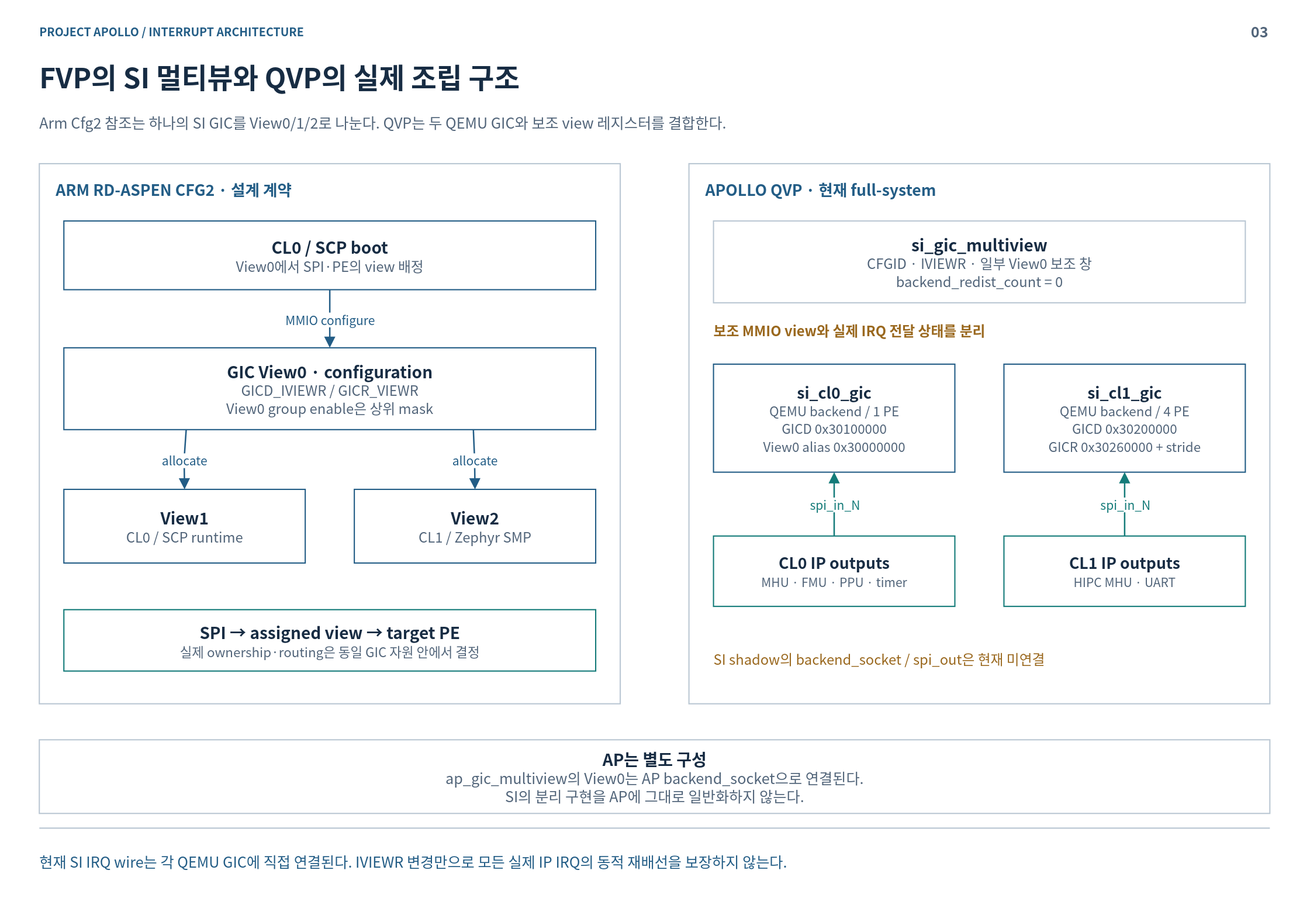
Earlier version of the draw.io export doc/phase1/interrupt/diagrams/03-multiview.drawio.svg (cometzero/project-apollo). Source tidied: cells renumbered, new cells last; positions are measured from the earlier drawing's top-left corner, leaving out a move shared by most shapes.
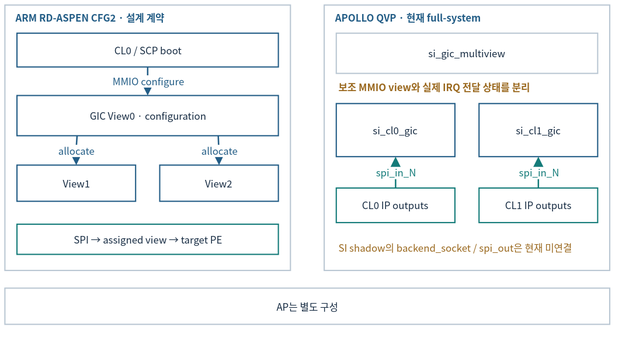
The same file after the commit.

Change to the diagram source:
```diff
@@ -2,103 +2,79 @@
   <root>
     <mxCell id="0" />
     <mxCell id="1" parent="0" />
-    <mxCell id="2" style="rounded=0;whiteSpace=wrap;html=1;fillColor=#FFFFFF;strokeColor=none;strokeWidth=1.5;fontColor=#172C43;fontFamily=Noto Sans CJK KR;fontSize=18;spacing=14;" parent="1" vertex="1">
-      <mxGeometry width="1600" height="1100" as="geometry" />
-    </mxCell>
-    <mxCell id="3" value="PROJECT APOLLO  /  INTERRUPT ARCHITECTURE" style="rounded=0;whiteSpace=wrap;html=1;fillColor=#FFFFFF;strokeColor=none;strokeWidth=1.5;fontColor=#172C43;fontFamily=Noto Sans CJK KR;fontSize=18;spacing=14;fillColor=none;align=left;verticalAlign=middle;spacing=0;fontSize=14;fontColor=#235D86;fontStyle=1;" parent="1" vertex="1">
-      <mxGeometry x="48" y="26" width="1400" height="24" as="geometry" />
-    </mxCell>
-    <mxCell id="4" value="03" style="rounded=0;whiteSpace=wrap;html=1;fillColor=#FFFFFF;strokeColor=none;strokeWidth=1.5;fontColor=#172C43;fontFamily=Noto Sans CJK KR;fontSize=18;spacing=14;fillColor=none;align=right;verticalAlign=middle;spacing=0;fontSize=18;fontColor=#52657A;fontStyle=1;" parent="1" vertex="1">
-      <mxGeometry x="1485" y="23" width="65" height="30" as="geometry" />
-    </mxCell>
-    <mxCell id="5" value="FVP의 SI 멀티뷰와 QVP의 실제 조립 구조" style="rounded=0;whiteSpace=wrap;html=1;fillColor=#FFFFFF;strokeColor=none;strokeWidth=1.5;fontColor=#172C43;fontFamily=Noto Sans CJK KR;fontSize=18;spacing=14;fillColor=none;align=left;verticalAlign=middle;spacing=0;fontSize=34;fontColor=#172C43;fontStyle=1;" parent="1" vertex="1">
-      <mxGeometry x="48" y="67" width="1504" height="54" as="geometry" />
-    </mxCell>
-    <mxCell id="6" value="Arm Cfg2 참조는 하나의 SI GIC를 View0/1/2로 나눈다. QVP는 두 QEMU GIC와 보조 view 레지스터를 결합한다." style="rounded=0;whiteSpace=wrap;html=1;fillColor=#FFFFFF;strokeColor=none;strokeWidth=1.5;fontColor=#172C43;fontFamily=Noto Sans CJK KR;fontSize=18;spacing=14;fillColor=none;align=left;verticalAlign=middle;spacing=0;fontSize=18;fontColor=#52657A;" parent="1" vertex="1">
-      <mxGeometry x="48" y="127" width="1504" height="44" as="geometry" />
-    </mxCell>
-    <mxCell id="7" style="html=1;rounded=0;edgeStyle=none;endArrow=none;endSize=9;strokeColor=#BAC7D3;strokeWidth=1.6;fontColor=#BAC7D3;fontFamily=Noto Sans CJK KR;fontSize=15;labelBackgroundColor=#FFFFFF;" parent="1" edge="1">
-      <mxGeometry relative="1" as="geometry">
-        <mxPoint x="48" y="1012" as="sourcePoint" />
-        <mxPoint x="1552" y="1012" as="targetPoint" />
-      </mxGeometry>
-    </mxCell>
-    <mxCell id="8" value="현재 SI IRQ wire는 각 QEMU GIC에 직접 연결된다. IVIEWR 변경만으로 모든 실제 IP IRQ의 동적 재배선을 보장하지 않는다." style="rounded=0;whiteSpace=wrap;html=1;fillColor=#FFFFFF;strokeColor=none;strokeWidth=1.5;fontColor=#172C43;fontFamily=Noto Sans CJK KR;fontSize=18;spacing=14;fillColor=none;align=left;verticalAlign=middle;spacing=0;fontSize=18;fontColor=#235D86;" parent="1" vertex="1">
-      <mxGeometry x="48" y="1026" width="1504" height="52" as="geometry" />
-    </mxCell>
-    <mxCell id="9" style="rounded=0;whiteSpace=wrap;html=1;fillColor=#FFFFFF;strokeColor=#BAC7D3;strokeWidth=1.5;fontColor=#172C43;fontFamily=Noto Sans CJK KR;fontSize=18;spacing=14;" parent="1" vertex="1">
-      <mxGeometry x="48" y="200" width="710" height="660" as="geometry" />
+    <mxCell id="9" style="rounded=0;whiteSpace=wrap;html=1;fillColor=#FFFFFF;strokeColor=#BAC7D3;strokeWidth=1.5;fontColor=#172C43;fontFamily=Noto Sans CJK KR;fontSize=12;spacing=3;whiteSpace=wrap;" parent="1" vertex="1">
+      <mxGeometry x="12" y="12" width="349.3" height="324.7" as="geometry" />
     </mxCell>
-    <mxCell id="10" value="ARM RD-ASPEN CFG2  ·  설계 계약" style="rounded=0;whiteSpace=wrap;html=1;fillColor=#FFFFFF;strokeColor=none;strokeWidth=1.5;fontColor=#172C43;fontFamily=Noto Sans CJK KR;fontSize=18;spacing=14;fillColor=none;align=left;verticalAlign=middle;spacing=0;fontSize=19;fontColor=#235D86;fontStyle=1;" parent="1" vertex="1">
-      <mxGeometry x="68" y="215" width="670" height="32" as="geometry" />
+    <mxCell id="10" value="ARM RD-ASPEN CFG2  ·  설계 계약" style="rounded=0;whiteSpace=wrap;html=1;fillColor=#FFFFFF;strokeColor=none;strokeWidth=1.5;fontColor=#172C43;fontFamily=Noto Sans CJK KR;fillColor=none;align=left;verticalAlign=middle;fontColor=#235D86;fontStyle=1;fontSize=12;spacing=3;whiteSpace=wrap;" parent="1" vertex="1">
+      <mxGeometry x="21.8" y="19.4" width="329.6" height="15.7" as="geometry" />
     </mxCell>
-    <mxCell id="11" value="&lt;b style=&quot;font-size:20px&quot;&gt;CL0 / SCP boot&lt;/b&gt;&lt;br&gt;&lt;font color=&quot;#52657A&quot; style=&quot;font-size:17px&quot;&gt;View0에서 SPI·PE의 view 배정&lt;/font&gt;" style="rounded=0;whiteSpace=wrap;html=1;fillColor=#FFFFFF;strokeColor=#235D86;strokeWidth=1.5;fontColor=#172C43;fontFamily=Noto Sans CJK KR;fontSize=18;spacing=14;" parent="1" vertex="1">
-      <mxGeometry x="78" y="270" width="650" height="84" as="geometry" />
+    <mxCell id="11" value="CL0 / SCP boot" style="rounded=0;whiteSpace=wrap;html=1;fillColor=#FFFFFF;strokeColor=#235D86;strokeWidth=1.5;fontColor=#172C43;fontFamily=Noto Sans CJK KR;fontSize=12;spacing=3;whiteSpace=wrap;" parent="1" vertex="1">
+      <mxGeometry x="26.8" y="46.4" width="319.8" height="41.3" as="geometry" />
     </mxCell>
-    <mxCell id="12" value="&lt;b style=&quot;font-size:20px&quot;&gt;GIC View0 · configuration&lt;/b&gt;&lt;br&gt;&lt;font color=&quot;#52657A&quot; style=&quot;font-size:17px&quot;&gt;GICD_IVIEWR / GICR_VIEWR&lt;br&gt;View0 group enable은 상위 mask&lt;/font&gt;" style="rounded=0;whiteSpace=wrap;html=1;fillColor=#FFFFFF;strokeColor=#235D86;strokeWidth=1.5;fontColor=#172C43;fontFamily=Noto Sans CJK KR;fontSize=18;spacing=14;" parent="1" vertex="1">
-      <mxGeometry x="78" y="425" width="650" height="100" as="geometry" />
+    <mxCell id="12" value="GIC View0 · configuration" style="rounded=0;whiteSpace=wrap;html=1;fillColor=#FFFFFF;strokeColor=#235D86;strokeWidth=1.5;fontColor=#172C43;fontFamily=Noto Sans CJK KR;fontSize=12;spacing=3;whiteSpace=wrap;" parent="1" vertex="1">
+      <mxGeometry x="26.8" y="122.7" width="319.8" height="49.2" as="geometry" />
     </mxCell>
-    <mxCell id="13" value="&lt;b style=&quot;font-size:20px&quot;&gt;View1&lt;/b&gt;&lt;br&gt;&lt;font color=&quot;#52657A&quot; style=&quot;font-size:17px&quot;&gt;CL0 / SCP runtime&lt;/font&gt;" style="rounded=0;whiteSpace=wrap;html=1;fillColor=#FFFFFF;strokeColor=#235D86;strokeWidth=1.5;fontColor=#172C43;fontFamily=Noto Sans CJK KR;fontSize=18;spacing=14;" parent="1" vertex="1">
-      <mxGeometry x="78" y="598" width="295" height="90" as="geometry" />
+    <mxCell id="13" value="View1" style="rounded=0;whiteSpace=wrap;html=1;fillColor=#FFFFFF;strokeColor=#235D86;strokeWidth=1.5;fontColor=#172C43;fontFamily=Noto Sans CJK KR;fontSize=12;spacing=3;whiteSpace=wrap;" parent="1" vertex="1">
+      <mxGeometry x="26.8" y="207.8" width="145.2" height="44.3" as="geometry" />
     </mxCell>
-    <mxCell id="14" value="&lt;b style=&quot;font-size:20px&quot;&gt;View2&lt;/b&gt;&lt;br&gt;&lt;font color=&quot;#52657A&quot; style=&quot;font-size:17px&quot;&gt;CL1 / Zephyr SMP&lt;/font&gt;" style="rounded=0;whiteSpace=wrap;html=1;fillColor=#FFFFFF;strokeColor=#235D86;strokeWidth=1.5;fontColor=#172C43;fontFamily=Noto Sans CJK KR;fontSize=18;spacing=14;" parent="1" vertex="1">
-      <mxGeometry x="433" y="598" width="295" height="90" as="geometry" />
+    <mxCell id="14" value="View2" style="rounded=0;whiteSpace=wrap;html=1;fillColor=#FFFFFF;strokeColor=#235D86;strokeWidth=1.5;fontColor=#172C43;fontFamily=Noto Sans CJK KR;fontSize=12;spacing=3;whiteSpace=wrap;" parent="1" vertex="1">
+      <mxGeometry x="201.4" y="207.8" width="145.2" height="44.3" as="geometry" />
     </mxCell>
-    <mxCell id="15" value="MMIO configure" style="html=1;whiteSpace=nowrap;rounded=0;edgeStyle=none;endArrow=block;endFill=1;endSize=9;strokeColor=#235D86;strokeWidth=1.8;fontColor=#235D86;fontFamily=Noto Sans CJK KR;fontSize=15;labelBackgroundColor=#FFFFFF;exitX=0.5;exitY=1;exitDx=0;exitDy=0;entryX=0.5;entryY=0;entryDx=0;entryDy=0;" parent="1" edge="1" source="11" target="12">
+    <mxCell id="15" value="MMIO configure" style="html=1;rounded=0;edgeStyle=none;endArrow=block;endFill=1;endSize=9;strokeColor=#235D86;strokeWidth=1.8;fontColor=#235D86;fontFamily=Noto Sans CJK KR;labelBackgroundColor=#FFFFFF;exitX=0.5;exitY=1;exitDx=0;exitDy=0;entryX=0.5;entryY=0;entryDx=0;entryDy=0;fontSize=12;spacing=3;whiteSpace=nowrap;" parent="1" edge="1" source="11" target="12">
       <mxGeometry relative="1" as="geometry" />
     </mxCell>
-    <mxCell id="16" value="allocate" style="html=1;whiteSpace=nowrap;rounded=0;edgeStyle=none;endArrow=block;endFill=1;endSize=9;strokeColor=#235D86;strokeWidth=1.8;fontColor=#235D86;fontFamily=Noto Sans CJK KR;fontSize=15;labelBackgroundColor=#FFFFFF;exitX=0.23;exitY=1;exitDx=0;exitDy=0;entryX=0.5;entryY=0;entryDx=0;entryDy=0;" parent="1" edge="1" source="12" target="13">
+    <mxCell id="16" value="allocate" style="html=1;rounded=0;edgeStyle=none;endArrow=block;endFill=1;endSize=9;strokeColor=#235D86;strokeWidth=1.8;fontColor=#235D86;fontFamily=Noto Sans CJK KR;labelBackgroundColor=#FFFFFF;exitX=0.23;exitY=1;exitDx=0;exitDy=0;entryX=0.5;entryY=0;entryDx=0;entryDy=0;fontSize=12;spacing=3;whiteSpace=nowrap;" parent="1" edge="1" source="12" target="13">
       <mxGeometry relative="1" as="geometry">
         <Array as="points">
-          <mxPoint x="225" y="561" />
+          <mxPoint x="99.1" y="189.6" />
         </Array>
       </mxGeometry>
     </mxCell>
-    <mxCell id="17" value="allocate" style="html=1;whiteSpace=nowrap;rounded=0;edgeStyle=none;endArrow=block;endFill=1;endSize=9;strokeColor=#235D86;strokeWidth=1.8;fontColor=#235D86;fontFamily=Noto Sans CJK KR;fontSize=15;labelBackgroundColor=#FFFFFF;exitX=0.77;exitY=1;exitDx=0;exitDy=0;entryX=0.5;entryY=0;entryDx=0;entryDy=0;" parent="1" edge="1" source="12" target="14">
+    <mxCell id="17" value="allocate" style="html=1;rounded=0;edgeStyle=none;endArrow=block;endFill=1;endSize=9;strokeColor=#235D86;strokeWidth=1.8;fontColor=#235D86;fontFamily=Noto Sans CJK KR;labelBackgroundColor=#FFFFFF;exitX=0.77;exitY=1;exitDx=0;exitDy=0;entryX=0.5;entryY=0;entryDx=0;entryDy=0;fontSize=12;spacing=3;whiteSpace=nowrap;" parent="1" edge="1" source="12" target="14">
       <mxGeometry relative="1" as="geometry">
         <Array as="points">
-          <mxPoint x="580" y="561" />
+          <mxPoint x="273.8" y="189.6" />
         </Array>
       </mxGeometry>
     </mxCell>
-    <mxCell id="18" value="&lt;b style=&quot;font-size:20px&quot;&gt;SPI → assigned view → target PE&lt;/b&gt;&lt;br&gt;&lt;font color=&quot;#52657A&quot; style=&quot;font-size:16px&quot;&gt;실제 ownership·routing은 동일 GIC 자원 안에서 결정&lt;/font&gt;" style="rounded=0;whiteSpace=wrap;html=1;fillColor=#FFFFFF;strokeColor=#147B79;strokeWidth=1.5;fontColor=#172C43;fontFamily=Noto Sans CJK KR;fontSize=18;spacing=14;" parent="1" vertex="1">
-      <mxGeometry x="78" y="745" width="650" height="75" as="geometry" />
+    <mxCell id="18" value="SPI → assigned view → target PE" style="rounded=0;whiteSpace=wrap;html=1;fillColor=#FFFFFF;strokeColor=#147B79;strokeWidth=1.5;fontColor=#172C43;fontFamily=Noto Sans CJK KR;fontSize=12;spacing=3;whiteSpace=wrap;" parent="1" vertex="1">
+      <mxGeometry x="26.8" y="280.1" width="319.8" height="36.9" as="geometry" />
     </mxCell>
-    <mxCell id="19" style="rounded=0;whiteSpace=wrap;html=1;fillColor=#FFFFFF;strokeColor=#BAC7D3;strokeWidth=1.5;fontColor=#172C43;fontFamily=Noto Sans CJK KR;fontSize=18;spacing=14;" parent="1" vertex="1">
-      <mxGeometry x="842" y="200" width="710" height="660" as="geometry" />
+    <mxCell id="19" style="rounded=0;whiteSpace=wrap;html=1;fillColor=#FFFFFF;strokeColor=#BAC7D3;strokeWidth=1.5;fontColor=#172C43;fontFamily=Noto Sans CJK KR;fontSize=12;spacing=3;whiteSpace=wrap;" parent="1" vertex="1">
+      <mxGeometry x="402.7" y="12" width="349.3" height="324.7" as="geometry" />
     </mxCell>
-    <mxCell id="20" value="APOLLO QVP  ·  현재 full-system" style="rounded=0;whiteSpace=wrap;html=1;fillColor=#FFFFFF;strokeColor=none;strokeWidth=1.5;fontColor=#172C43;fontFamily=Noto Sans CJK KR;fontSize=18;spacing=14;fillColor=none;align=left;verticalAlign=middle;spacing=0;fontSize=19;fontColor=#235D86;fontStyle=1;" parent="1" vertex="1">
-      <mxGeometry x="862" y="215" width="670" height="32" as="geometry" />
+    <mxCell id="20" value="APOLLO QVP  ·  현재 full-system" style="rounded=0;whiteSpace=wrap;html=1;fillColor=#FFFFFF;strokeColor=none;strokeWidth=1.5;fontColor=#172C43;fontFamily=Noto Sans CJK KR;fillColor=none;align=left;verticalAlign=middle;fontColor=#235D86;fontStyle=1;fontSize=12;spacing=3;whiteSpace=wrap;" parent="1" vertex="1">
+      <mxGeometry x="412.5" y="19.4" width="329.6" height="15.7" as="geometry" />
     </mxCell>
-    <mxCell id="21" value="&lt;b style=&quot;font-size:20px&quot;&gt;si_gic_multiview&lt;/b&gt;&lt;br&gt;&lt;font color=&quot;#52657A&quot; style=&quot;font-size:17px&quot;&gt;CFGID · IVIEWR · 일부 View0 보조 창&lt;br&gt;backend_redist_count = 0&lt;/font&gt;" style="rounded=0;whiteSpace=wrap;html=1;fillColor=#FFFFFF;strokeColor=#BAC7D3;strokeWidth=1.5;fontColor=#172C43;fontFamily=Noto Sans CJK KR;fontSize=18;spacing=14;" parent="1" vertex="1">
-      <mxGeometry x="872" y="270" width="650" height="100" as="geometry" />
+    <mxCell id="21" value="si_gic_multiview" style="rounded=0;whiteSpace=wrap;html=1;fillColor=#FFFFFF;strokeColor=#BAC7D3;strokeWidth=1.5;fontColor=#172C43;fontFamily=Noto Sans CJK KR;fontSize=12;spacing=3;whiteSpace=wrap;" parent="1" vertex="1">
+      <mxGeometry x="417.4" y="46.4" width="319.8" height="49.2" as="geometry" />
     </mxCell>
-    <mxCell id="22" value="&lt;b style=&quot;font-size:19px&quot;&gt;si_cl0_gic&lt;/b&gt;&lt;br&gt;&lt;font color=&quot;#52657A&quot; style=&quot;font-size:16px&quot;&gt;QEMU backend / 1 PE&lt;br&gt;GICD 0x30100000&lt;br&gt;View0 alias 0x30000000&lt;/font&gt;" style="rounded=0;whiteSpace=wrap;html=1;fillColor=#FFFFFF;strokeColor=#235D86;strokeWidth=1.5;fontColor=#172C43;fontFamily=Noto Sans CJK KR;fontSize=18;spacing=14;" parent="1" vertex="1">
-      <mxGeometry x="872" y="445" width="295" height="132" as="geometry" />
+    <mxCell id="22" value="si_cl0_gic" style="rounded=0;whiteSpace=wrap;html=1;fillColor=#FFFFFF;strokeColor=#235D86;strokeWidth=1.5;fontColor=#172C43;fontFamily=Noto Sans CJK KR;fontSize=12;spacing=3;whiteSpace=wrap;" parent="1" vertex="1">
+      <mxGeometry x="417.4" y="132.6" width="145.2" height="65" as="geometry" />
     </mxCell>
-    <mxCell id="23" value="&lt;b style=&quot;font-size:19px&quot;&gt;si_cl1_gic&lt;/b&gt;&lt;br&gt;&lt;font color=&quot;#52657A&quot; style=&quot;font-size:16px&quot;&gt;QEMU backend / 4 PE&lt;br&gt;GICD 0x30200000&lt;br&gt;GICR 0x30260000 + stride&lt;/font&gt;" style="rounded=0;whiteSpace=wrap;html=1;fillColor=#FFFFFF;strokeColor=#235D86;strokeWidth=1.5;fontColor=#172C43;fontFamily=Noto Sans CJK KR;fontSize=18;spacing=14;" parent="1" vertex="1">
-      <mxGeometry x="1227" y="445" width="295" height="132" as="geometry" />
+    <mxCell id="23" value="si_cl1_gic" style="rounded=0;whiteSpace=wrap;html=1;fillColor=#FFFFFF;strokeColor=#235D86;strokeWidth=1.5;fontColor=#172C43;fontFamily=Noto Sans CJK KR;fontSize=12;spacing=3;whiteSpace=wrap;" parent="1" vertex="1">
+      <mxGeometry x="592.1" y="132.6" width="145.2" height="65" as="geometry" />
     </mxCell>
-    <mxCell id="24" value="보조 MMIO view와 실제 IRQ 전달 상태를 분리" style="rounded=0;whiteSpace=wrap;html=1;fillColor=#FFFFFF;strokeColor=none;strokeWidth=1.5;fontColor=#172C43;fontFamily=Noto Sans CJK KR;fontSize=18;spacing=14;fillColor=none;align=left;verticalAlign=middle;spacing=0;fontSize=17;fontColor=#9A681E;fontStyle=1;" parent="1" vertex="1">
-      <mxGeometry x="872" y="387" width="650" height="33" as="geometry" />
+    <mxCell id="24" value="보조 MMIO view와 실제 IRQ 전달 상태를 분리" style="rounded=0;whiteSpace=wrap;html=1;fillColor=#FFFFFF;strokeColor=none;strokeWidth=1.5;fontColor=#172C43;fontFamily=Noto Sans CJK KR;fillColor=none;align=left;verticalAlign=middle;fontColor=#9A681E;fontStyle=1;fontSize=12;spacing=3;whiteSpace=wrap;" parent="1" vertex="1">
+      <mxGeometry x="417.4" y="104" width="319.8" height="16.2" as="geometry" />
     </mxCell>
-    <mxCell id="25" value="&lt;b style=&quot;font-size:19px&quot;&gt;CL0 IP outputs&lt;/b&gt;&lt;br&gt;&lt;font color=&quot;#52657A&quot; style=&quot;font-size:15px&quot;&gt;MHU · FMU · PPU · timer&lt;/font&gt;" style="rounded=0;whiteSpace=wrap;html=1;fillColor=#FFFFFF;strokeColor=#147B79;strokeWidth=1.5;fontColor=#172C43;fontFamily=Noto Sans CJK KR;fontSize=18;spacing=14;" parent="1" vertex="1">
-      <mxGeometry x="872" y="655" width="295" height="86" as="geometry" />
+    <mxCell id="25" value="CL0 IP outputs" style="rounded=0;whiteSpace=wrap;html=1;fillColor=#FFFFFF;strokeColor=#147B79;strokeWidth=1.5;fontColor=#172C43;fontFamily=Noto Sans CJK KR;fontSize=12;spacing=3;whiteSpace=wrap;" parent="1" vertex="1">
+      <mxGeometry x="417.4" y="235.9" width="145.2" height="42.3" as="geometry" />
     </mxCell>
-    <mxCell id="26" value="&lt;b style=&quot;font-size:19px&quot;&gt;CL1 IP outputs&lt;/b&gt;&lt;br&gt;&lt;font color=&quot;#52657A&quot; style=&quot;font-size:15px&quot;&gt;HIPC MHU · UART&lt;/font&gt;" style="rounded=0;whiteSpace=wrap;html=1;fillColor=#FFFFFF;strokeColor=#147B79;strokeWidth=1.5;fontColor=#172C43;fontFamily=Noto Sans CJK KR;fontSize=18;spacing=14;" parent="1" vertex="1">
-      <mxGeometry x="1227" y="655" width="295" height="86" as="geometry" />
+    <mxCell id="26" value="CL1 IP outputs" style="rounded=0;whiteSpace=wrap;html=1;fillColor=#FFFFFF;strokeColor=#147B79;strokeWidth=1.5;fontColor=#172C43;fontFamily=Noto Sans CJK KR;fontSize=12;spacing=3;whiteSpace=wrap;" parent="1" vertex="1">
+      <mxGeometry x="592.1" y="235.9" width="145.2" height="42.3" as="geometry" />
     </mxCell>
-    <mxCell id="27" value="spi_in_N" style="html=1;whiteSpace=nowrap;rounded=0;edgeStyle=none;endArrow=block;endFill=1;endSize=9;strokeColor=#147B79;strokeWidth=1.8;fontColor=#147B79;fontFamily=Noto Sans CJK KR;fontSize=15;labelBackgroundColor=#FFFFFF;exitX=0.5;exitY=0;exitDx=0;exitDy=0;entryX=0.5;entryY=1;entryDx=0;entryDy=0;" parent="1" edge="1" source="25" target="22">
+    <mxCell id="27" value="spi_in_N" style="html=1;rounded=0;edgeStyle=none;endArrow=block;endFill=1;endSize=9;strokeColor=#147B79;strokeWidth=1.8;fontColor=#147B79;fontFamily=Noto Sans CJK KR;labelBackgroundColor=#FFFFFF;exitX=0.5;exitY=0;exitDx=0;exitDy=0;entryX=0.5;entryY=1;entryDx=0;entryDy=0;fontSize=12;spacing=3;whiteSpace=nowrap;" parent="1" edge="1" source="25" target="22">
       <mxGeometry relative="1" as="geometry" />
     </mxCell>
-    <mxCell id="28" value="spi_in_N" style="html=1;whiteSpace=nowrap;rounded=0;edgeStyle=none;endArrow=block;endFill=1;endSize=9;strokeColor=#147B79;strokeWidth=1.8;fontColor=#147B79;fontFamily=Noto Sans CJK KR;fontSize=15;labelBackgroundColor=#FFFFFF;exitX=0.5;exitY=0;exitDx=0;exitDy=0;entryX=0.5;entryY=1;entryDx=0;entryDy=0;" parent="1" edge="1" source="26" target="23">
+    <mxCell id="28" value="spi_in_N" style="html=1;rounded=0;edgeStyle=none;endArrow=block;endFill=1;endSize=9;strokeColor=#147B79;strokeWidth=1.8;fontColor=#147B79;fontFamily=Noto Sans CJK KR;labelBackgroundColor=#FFFFFF;exitX=0.5;exitY=0;exitDx=0;exitDy=0;entryX=0.5;entryY=1;entryDx=0;entryDy=0;fontSize=12;spacing=3;whiteSpace=nowrap;" parent="1" edge="1" source="26" target="23">
       <mxGeometry relative="1" as="geometry" />
     </mxCell>
-    <mxCell id="29" value="SI shadow의 backend_socket / spi_out은 현재 미연결" style="rounded=0;whiteSpace=wrap;html=1;fillColor=#FFFFFF;strokeColor=none;strokeWidth=1.5;fontColor=#172C43;fontFamily=Noto Sans CJK KR;fontSize=18;spacing=14;fillColor=none;align=left;verticalAlign=middle;spacing=0;fontSize=17;fontColor=#9A681E;" parent="1" vertex="1">
-      <mxGeometry x="872" y="782" width="650" height="45" as="geometry" />
+    <mxCell id="29" value="SI shadow의 backend_socket / spi_out은 현재 미연결" style="rounded=0;whiteSpace=wrap;html=1;fillColor=#FFFFFF;strokeColor=none;strokeWidth=1.5;fontColor=#172C43;fontFamily=Noto Sans CJK KR;fillColor=none;align=left;verticalAlign=middle;fontColor=#9A681E;fontSize=12;spacing=3;whiteSpace=wrap;" parent="1" vertex="1">
+      <mxGeometry x="417.4" y="298.4" width="319.8" height="22.1" as="geometry" />
     </mxCell>
-    <mxCell id="30" value="&lt;b style=&quot;font-size:20px&quot;&gt;AP는 별도 구성&lt;/b&gt;&lt;br&gt;&lt;font color=&quot;#52657A&quot; style=&quot;font-size:18px&quot;&gt;ap_gic_multiview의 View0는 AP backend_socket으로 연결된다.&lt;br&gt;SI의 분리 구현을 AP에 그대로 일반화하지 않는다.&lt;/font&gt;" style="rounded=0;whiteSpace=wrap;html=1;fillColor=#FFFFFF;strokeColor=#BAC7D3;strokeWidth=1.5;fontColor=#172C43;fontFamily=Noto Sans CJK KR;fontSize=18;spacing=14;" parent="1" vertex="1">
-      <mxGeometry x="48" y="904" width="1504" height="90" as="geometry" />
+    <mxCell id="30" value="AP는 별도 구성" style="rounded=0;whiteSpace=wrap;html=1;fillColor=#FFFFFF;strokeColor=#BAC7D3;strokeWidth=1.5;fontColor=#172C43;fontFamily=Noto Sans CJK KR;fontSize=12;spacing=3;whiteSpace=wrap;" parent="1" vertex="1">
+      <mxGeometry x="12" y="358.4" width="740" height="44.3" as="geometry" />
     </mxCell>
   </root>
 </mxGraphModel>
```
